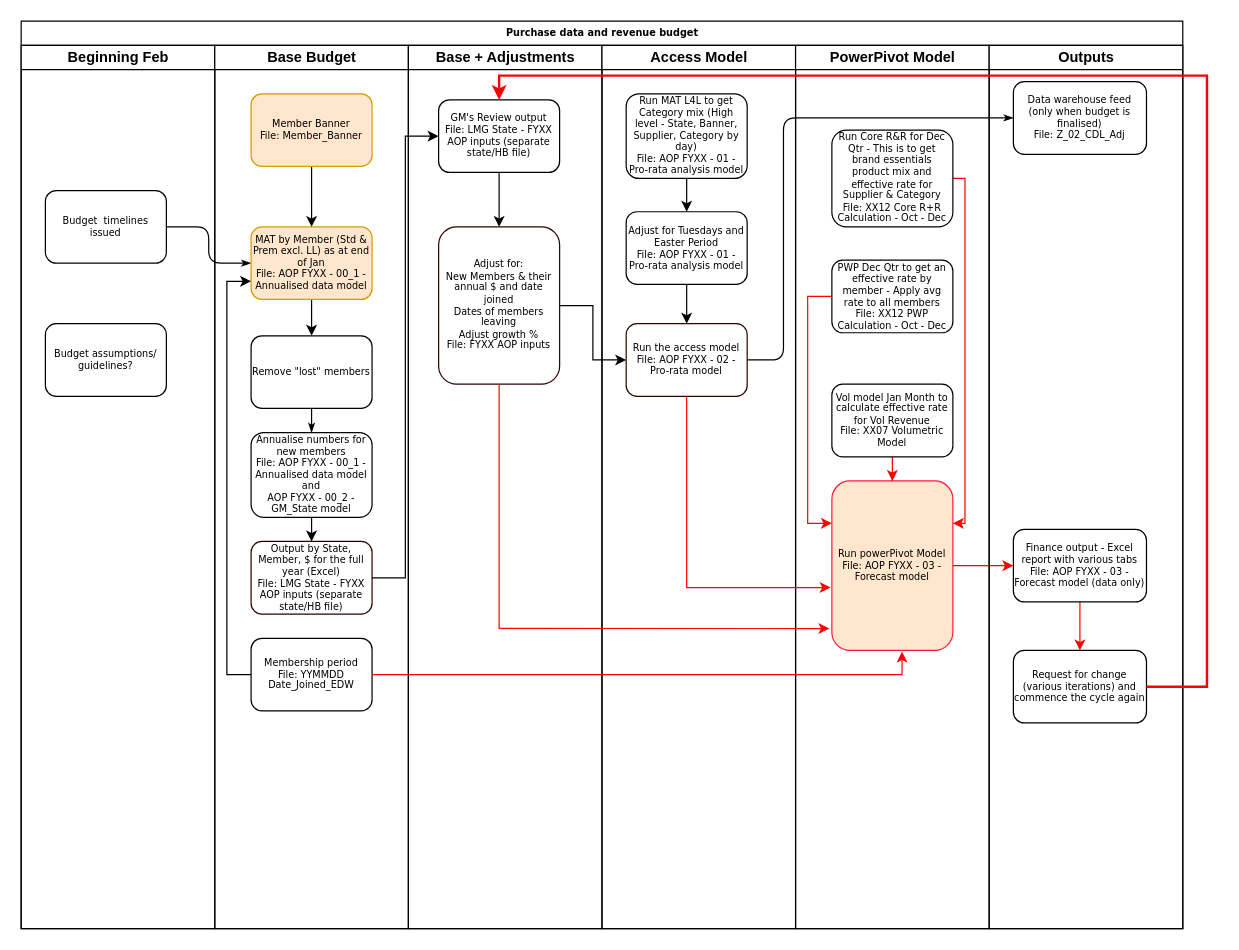
Earlier version of the draw.io diagram Purchase vol budget process_V2.drawio (foxtrot-22/process_maps). Source tidied: cells renumbered, new cells numbered last; positions are measured from the earlier drawing's top-left corner, leaving out a move shared by most shapes. Both pictures are drawn from the tidied source at 121%, with x=0, y=0 at pixel (21, 21).
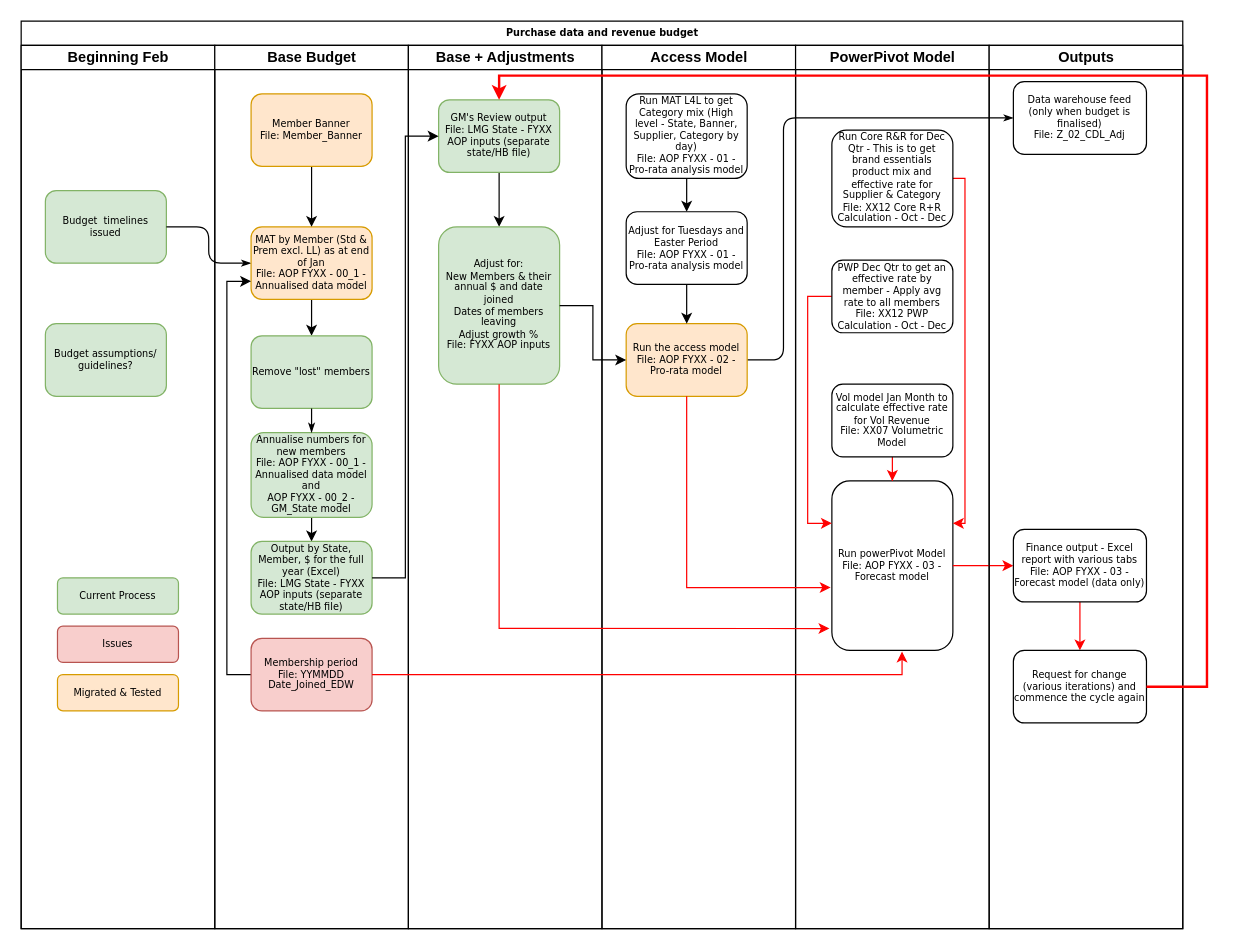
The same page after the edit.

Unchanged cells that the change refers to:
```xml
<mxCell id="3" value="Beginning Feb" style="swimlane;html=1;startSize=20;" parent="2" vertex="1">
  <mxGeometry y="20" width="160" height="730" as="geometry" />
</mxCell>
<mxCell id="8" value="Base Budget" style="swimlane;html=1;startSize=20;" parent="2" vertex="1">
  <mxGeometry x="160" y="20" width="160" height="730" as="geometry" />
</mxCell>
<mxCell id="20" value="Base + Adjustments" style="swimlane;html=1;startSize=20;" parent="2" vertex="1">
  <mxGeometry x="320" y="20" width="160" height="730" as="geometry" />
</mxCell>
<mxCell id="24" value="Access Model" style="swimlane;html=1;startSize=20;" parent="2" vertex="1">
  <mxGeometry x="480" y="20" width="160" height="730" as="geometry" />
</mxCell>
<mxCell id="30" value="PowerPivot Model" style="swimlane;html=1;startSize=20;" parent="2" vertex="1">
  <mxGeometry x="640" y="20" width="160" height="730" as="geometry" />
</mxCell>
```

The edit, as a diff of the source:
```diff
@@
-    <mxCell id="4" value="Budget&amp;nbsp; timelines issued" style="rounded=1;whiteSpace=wrap;html=1;shadow=0;labelBackgroundColor=none;strokeColor=#000000;strokeWidth=1;fillColor=#ffffff;fontFamily=Verdana;fontSize=8;fontColor=#000000;align=center;" parent="3" vertex="1">
+    <mxCell id="4" value="Budget&amp;nbsp; timelines issued" style="rounded=1;whiteSpace=wrap;html=1;shadow=0;labelBackgroundColor=none;strokeColor=#82b366;strokeWidth=1;fillColor=#d5e8d4;fontFamily=Verdana;fontSize=8;align=center;" parent="3" vertex="1">
       <mxGeometry x="20" y="120" width="100" height="60" as="geometry" />
     </mxCell>
-    <mxCell id="5" value="Budget assumptions/ guidelines?" style="rounded=1;whiteSpace=wrap;html=1;shadow=0;labelBackgroundColor=none;strokeColor=#000000;strokeWidth=1;fillColor=#ffffff;fontFamily=Verdana;fontSize=8;fontColor=#000000;align=center;" parent="3" vertex="1">
+    <mxCell id="5" value="Budget assumptions/ guidelines?" style="rounded=1;whiteSpace=wrap;html=1;shadow=0;labelBackgroundColor=none;strokeColor=#82b366;strokeWidth=1;fillColor=#d5e8d4;fontFamily=Verdana;fontSize=8;align=center;" parent="3" vertex="1">
       <mxGeometry x="20" y="230" width="100" height="60" as="geometry" />
     </mxCell>
+    <mxCell id="50" value="Current Process" style="rounded=1;whiteSpace=wrap;html=1;shadow=0;labelBackgroundColor=none;strokeColor=#82b366;strokeWidth=1;fillColor=#d5e8d4;fontFamily=Verdana;fontSize=8;align=center;" parent="3" vertex="1">
+      <mxGeometry x="30" y="440" width="100" height="30" as="geometry" />
+    </mxCell>
+    <mxCell id="51" value="Issues" style="rounded=1;whiteSpace=wrap;html=1;shadow=0;labelBackgroundColor=none;strokeColor=#b85450;strokeWidth=1;fillColor=#f8cecc;fontFamily=Verdana;fontSize=8;align=center;" parent="3" vertex="1">
+      <mxGeometry x="30" y="480" width="100" height="30" as="geometry" />
+    </mxCell>
+    <mxCell id="52" value="Migrated &amp;amp; Tested" style="rounded=1;whiteSpace=wrap;html=1;shadow=0;labelBackgroundColor=none;strokeColor=#d79b00;strokeWidth=1;fillColor=#ffe6cc;fontFamily=Verdana;fontSize=8;align=center;" parent="3" vertex="1">
+      <mxGeometry x="30" y="520" width="100" height="30" as="geometry" />
+    </mxCell>
@@
-    <mxCell id="11" value="Remove &quot;lost&quot; members" style="rounded=1;whiteSpace=wrap;html=1;shadow=0;labelBackgroundColor=none;strokeColor=#000000;strokeWidth=1;fillColor=#ffffff;fontFamily=Verdana;fontSize=8;fontColor=#000000;align=center;" parent="8" vertex="1">
+    <mxCell id="11" value="Remove &quot;lost&quot; members" style="rounded=1;whiteSpace=wrap;html=1;shadow=0;labelBackgroundColor=none;strokeColor=#82b366;strokeWidth=1;fillColor=#d5e8d4;fontFamily=Verdana;fontSize=8;align=center;" parent="8" vertex="1">
       <mxGeometry x="30" y="240" width="100" height="60" as="geometry" />
     </mxCell>
@@
-    <mxCell id="13" value="Annualise numbers for new members&lt;br&gt;File: AOP FYXX - 00_1 - Annualised data model and&lt;br&gt;AOP FYXX - 00_2 - GM_State model" style="rounded=1;whiteSpace=wrap;html=1;shadow=0;labelBackgroundColor=none;strokeColor=#000000;strokeWidth=1;fillColor=#ffffff;fontFamily=Verdana;fontSize=8;fontColor=#000000;align=center;" parent="8" vertex="1">
+    <mxCell id="13" value="Annualise numbers for new members&lt;br&gt;File: AOP FYXX - 00_1 - Annualised data model and&lt;br&gt;AOP FYXX - 00_2 - GM_State model" style="rounded=1;whiteSpace=wrap;html=1;shadow=0;labelBackgroundColor=none;strokeColor=#82b366;strokeWidth=1;fillColor=#d5e8d4;fontFamily=Verdana;fontSize=8;align=center;" parent="8" vertex="1">
       <mxGeometry x="30" y="320" width="100" height="70" as="geometry" />
     </mxCell>
@@
-    <mxCell id="15" value="Output by State, Member, $ for the full year (Excel)&lt;br&gt;File:&amp;nbsp;LMG State - FYXX AOP inputs (separate state/HB file)" style="rounded=1;whiteSpace=wrap;html=1;shadow=0;labelBackgroundColor=none;strokeColor=#330000;strokeWidth=1;fillColor=#ffffff;fontFamily=Verdana;fontSize=8;fontColor=#000000;align=center;" parent="8" vertex="1">
+    <mxCell id="15" value="Output by State, Member, $ for the full year (Excel)&lt;br&gt;File:&amp;nbsp;LMG State - FYXX AOP inputs (separate state/HB file)" style="rounded=1;whiteSpace=wrap;html=1;shadow=0;labelBackgroundColor=none;strokeColor=#82b366;strokeWidth=1;fillColor=#d5e8d4;fontFamily=Verdana;fontSize=8;align=center;" parent="8" vertex="1">
       <mxGeometry x="30" y="410" width="100" height="60" as="geometry" />
     </mxCell>
@@
-    <mxCell id="17" value="Membership period&lt;br&gt;File: YYMMDD Date_Joined_EDW" style="rounded=1;whiteSpace=wrap;html=1;shadow=0;labelBackgroundColor=none;strokeColor=#000000;strokeWidth=1;fillColor=#ffffff;fontFamily=Verdana;fontSize=8;fontColor=#000000;align=center;" parent="8" vertex="1">
+    <mxCell id="17" value="Membership period&lt;br&gt;File: YYMMDD Date_Joined_EDW" style="rounded=1;whiteSpace=wrap;html=1;shadow=0;labelBackgroundColor=none;strokeColor=#b85450;strokeWidth=1;fillColor=#f8cecc;fontFamily=Verdana;fontSize=8;align=center;" parent="8" vertex="1">
       <mxGeometry x="30" y="490" width="100" height="60" as="geometry" />
     </mxCell>
@@
-    <mxCell id="22" value="GM's Review output&lt;br&gt;File: LMG State - FYXX AOP inputs (separate state/HB file)" style="rounded=1;whiteSpace=wrap;html=1;shadow=0;labelBackgroundColor=none;strokeColor=#000000;strokeWidth=1;fillColor=#ffffff;fontFamily=Verdana;fontSize=8;fontColor=#000000;align=center;" parent="20" vertex="1">
+    <mxCell id="22" value="GM's Review output&lt;br&gt;File: LMG State - FYXX AOP inputs (separate state/HB file)" style="rounded=1;whiteSpace=wrap;html=1;shadow=0;labelBackgroundColor=none;strokeColor=#82b366;strokeWidth=1;fillColor=#d5e8d4;fontFamily=Verdana;fontSize=8;align=center;" parent="20" vertex="1">
       <mxGeometry x="25" y="45" width="100" height="60" as="geometry" />
     </mxCell>
-    <mxCell id="23" value="Adjust for:&lt;br&gt;New Members &amp;amp; their annual $ and date joined&lt;br&gt;Dates of members leaving&lt;br&gt;Adjust growth %&lt;br&gt;File:&amp;nbsp;FYXX AOP inputs" style="rounded=1;whiteSpace=wrap;html=1;shadow=0;labelBackgroundColor=none;strokeColor=#330000;strokeWidth=1;fillColor=#ffffff;fontFamily=Verdana;fontSize=8;fontColor=#000000;align=center;" parent="20" vertex="1">
+    <mxCell id="23" value="Adjust for:&lt;br&gt;New Members &amp;amp; their annual $ and date joined&lt;br&gt;Dates of members leaving&lt;br&gt;Adjust growth %&lt;br&gt;File:&amp;nbsp;FYXX AOP inputs" style="rounded=1;whiteSpace=wrap;html=1;shadow=0;labelBackgroundColor=none;strokeColor=#82b366;strokeWidth=1;fillColor=#d5e8d4;fontFamily=Verdana;fontSize=8;align=center;" parent="20" vertex="1">
       <mxGeometry x="25" y="150" width="100" height="130" as="geometry" />
     </mxCell>
@@
-    <mxCell id="25" value="Run the access model&lt;br&gt;File:&amp;nbsp;AOP FYXX - 02 - Pro-rata model" style="rounded=1;whiteSpace=wrap;html=1;shadow=0;labelBackgroundColor=none;strokeColor=#330000;strokeWidth=1;fillColor=#ffffff;fontFamily=Verdana;fontSize=8;fontColor=#000000;align=center;" parent="24" vertex="1">
+    <mxCell id="25" value="Run the access model&lt;br&gt;File:&amp;nbsp;AOP FYXX - 02 - Pro-rata model" style="rounded=1;whiteSpace=wrap;html=1;shadow=0;labelBackgroundColor=none;strokeColor=#d79b00;strokeWidth=1;fillColor=#ffe6cc;fontFamily=Verdana;fontSize=8;align=center;" parent="24" vertex="1">
       <mxGeometry x="20" y="230" width="100" height="60" as="geometry" />
     </mxCell>
@@
-    <mxCell id="31" value="Run powerPivot Model&lt;br&gt;File: AOP FYXX - 03 - Forecast model" style="rounded=1;whiteSpace=wrap;html=1;shadow=0;labelBackgroundColor=none;strokeColor=#FF1940;strokeWidth=1;fillColor=#FFE6CC;fontFamily=Verdana;fontSize=8;fontColor=#000000;align=center;" parent="30" vertex="1">
+    <mxCell id="31" value="Run powerPivot Model&lt;br&gt;File: AOP FYXX - 03 - Forecast model" style="rounded=1;whiteSpace=wrap;html=1;shadow=0;labelBackgroundColor=none;strokeWidth=1;fontFamily=Verdana;fontSize=8;align=center;" parent="30" vertex="1">
       <mxGeometry x="30" y="360" width="100" height="140" as="geometry" />
     </mxCell>
```
